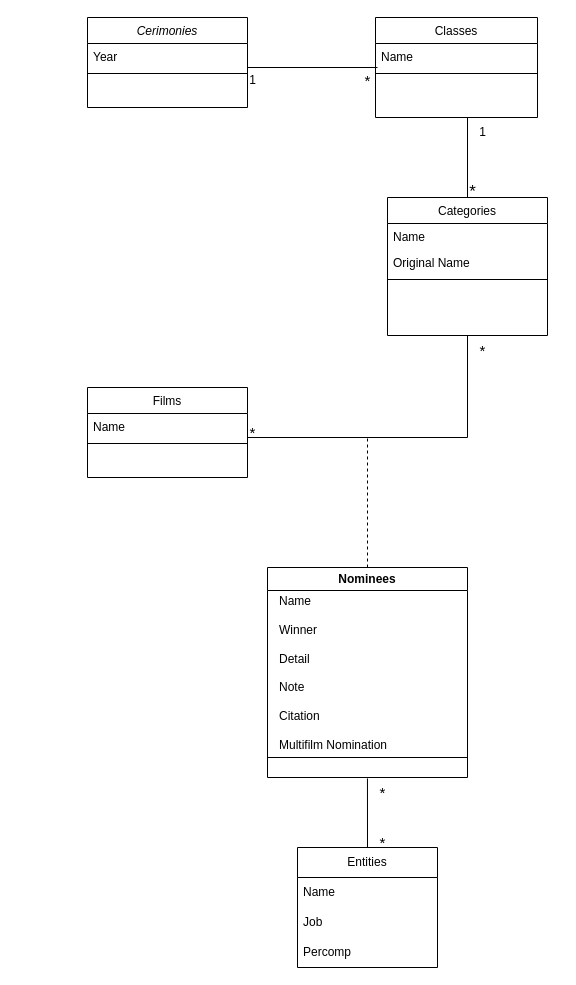
QuAleAcEna/PythonAppOscars keeps this draw.io diagram as uml.drawio. Above is the earlier version. Source tidied: cells renumbered, new cells numbered last; positions are measured from the earlier drawing's top-left corner, leaving out a move shared by most shapes. Both pictures are drawn from the tidied source at 100%, with x=0, y=0 at pixel (87, 17).
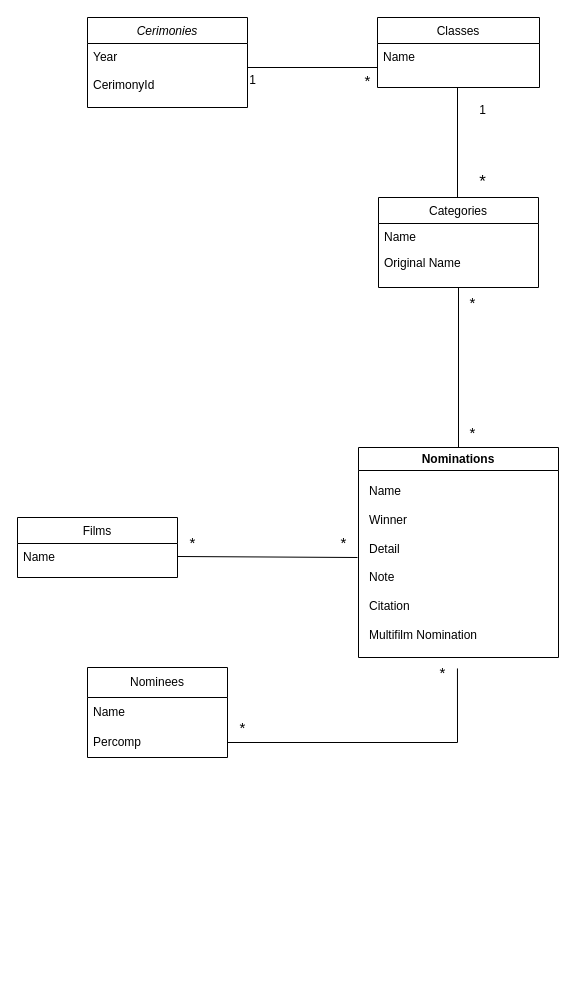
After the change.

The change refers to these unchanged cells:
```xml
<mxCell id="2" value="Cerimonies" style="swimlane;fontStyle=2;align=center;verticalAlign=top;horizontal=1;startSize=26;rounded=0;shadow=0;strokeWidth=1;" parent="1" vertex="1">
  <mxGeometry width="160" height="90" as="geometry" />
</mxCell>
<mxCell id="13" value="Name" style="text;align=left;verticalAlign=top;spacingLeft=4;spacingRight=4;overflow=hidden;points=[[0,0.5],[1,0.5]];portConstraint=eastwest;" parent="12" vertex="1">
  <mxGeometry y="26" width="160" height="26" as="geometry" />
</mxCell>
```

The edit, as a diff of the source:
```diff
@@
-    <mxCell id="3" value="Year" style="text;align=left;verticalAlign=top;spacingLeft=4;spacingRight=4;overflow=hidden;" parent="2" vertex="1">
-      <mxGeometry y="26" width="160" height="26" as="geometry" />
+    <mxCell id="3" value="Year&#10;&#10;CerimonyId" style="text;align=left;verticalAlign=top;spacingLeft=4;spacingRight=4;overflow=hidden;" parent="2" vertex="1">
+      <mxGeometry y="26" width="160" height="64" as="geometry" />
     </mxCell>
-    <mxCell id="4" style="line;html=1;strokeWidth=1;align=left;verticalAlign=middle;spacingTop=-1;spacingLeft=3;spacingRight=3;labelPosition=right;" parent="2" vertex="1">
-      <mxGeometry y="52" width="160" height="8" as="geometry" />
-    </mxCell>
     <mxCell id="5" value="Categories&#10;" style="swimlane;fontStyle=0;align=center;verticalAlign=top;horizontal=1;startSize=26;rounded=0;shadow=0;strokeWidth=1;" parent="1" vertex="1">
-      <mxGeometry x="300" y="180" width="160" height="138" as="geometry" />
+      <mxGeometry x="291" y="180" width="160" height="90" as="geometry" />
     </mxCell>
@@
-    <mxCell id="8" style="line;html=1;strokeWidth=1;align=left;verticalAlign=middle;spacingTop=-1;spacingLeft=3;spacingRight=3;labelPosition=right;" parent="5" vertex="1">
-      <mxGeometry y="78" width="160" height="8" as="geometry" />
-    </mxCell>
     <mxCell id="9" value="Classes" style="swimlane;fontStyle=0;align=center;verticalAlign=top;horizontal=1;startSize=26;rounded=0;shadow=0;strokeWidth=1;" parent="1" vertex="1">
-      <mxGeometry x="288" width="162" height="100" as="geometry" />
+      <mxGeometry x="290" width="162" height="70" as="geometry" />
     </mxCell>
@@
-    <mxCell id="11" style="line;html=1;strokeWidth=1;align=left;verticalAlign=middle;spacingTop=-1;spacingLeft=3;spacingRight=3;labelPosition=right;" parent="9" vertex="1">
-      <mxGeometry y="52" width="162" height="8" as="geometry" />
-    </mxCell>
     <mxCell id="12" value="Films" style="swimlane;fontStyle=0;align=center;verticalAlign=top;horizontal=1;startSize=26;rounded=0;shadow=0;strokeWidth=1;" parent="1" vertex="1">
-      <mxGeometry y="370" width="160" height="90" as="geometry" />
+      <mxGeometry x="-70" y="500" width="160" height="60" as="geometry" />
     </mxCell>
@@
-    <mxCell id="14" style="line;html=1;strokeWidth=1;align=left;verticalAlign=middle;spacingTop=-1;spacingLeft=3;spacingRight=3;labelPosition=right;" parent="12" vertex="1">
-      <mxGeometry y="52" width="160" height="8" as="geometry" />
-    </mxCell>
-    <mxCell id="15" style="endArrow=none;dashed=1;html=1;rounded=0;exitX=0.5;exitY=0;exitDx=0;exitDy=0;" parent="1" edge="1">
-      <mxGeometry relative="1" as="geometry">
-        <mxPoint x="280" y="550" as="sourcePoint" />
-        <mxPoint x="280" y="420" as="targetPoint" />
-      </mxGeometry>
-    </mxCell>
-    <mxCell id="16" value="Nominees" style="swimlane;whiteSpace=wrap;html=1;" parent="1" vertex="1">
-      <mxGeometry x="180" y="550" width="200" height="210" as="geometry" />
+    <mxCell id="16" value="Nominations" style="swimlane;whiteSpace=wrap;html=1;" parent="1" vertex="1">
+      <mxGeometry x="271" y="430" width="200" height="210" as="geometry" />
     </mxCell>
     <mxCell id="17" value="&lt;div&gt;Name&lt;/div&gt;&lt;div&gt;&lt;br&gt;&lt;/div&gt;&lt;div&gt;Winner&lt;/div&gt;&lt;div&gt;&lt;br&gt;&lt;/div&gt;&lt;div&gt;Detail&lt;/div&gt;&lt;div&gt;&lt;br&gt;&lt;/div&gt;&lt;div&gt;Note&lt;/div&gt;&lt;div&gt;&lt;br&gt;&lt;/div&gt;&lt;div&gt;Citation&lt;/div&gt;&lt;div&gt;&lt;br&gt;&lt;/div&gt;&lt;div&gt;Multifilm Nomination&lt;/div&gt;&lt;div&gt;&lt;br&gt;&lt;/div&gt;" style="text;html=1;align=left;verticalAlign=top;points=[];strokeColor=none;fillColor=none;" parent="16" vertex="1">
-      <mxGeometry x="10" y="20" width="130" height="190" as="geometry" />
+      <mxGeometry x="9" y="30" width="130" height="190" as="geometry" />
     </mxCell>
-    <mxCell id="18" style="endArrow=none;html=1;rounded=0;" parent="16" edge="1">
-      <mxGeometry relative="1" as="geometry">
-        <mxPoint y="190" as="sourcePoint" />
-        <mxPoint x="200" y="190" as="targetPoint" />
-      </mxGeometry>
-    </mxCell>
-    <mxCell id="19" value="Entities" style="swimlane;fontStyle=0;horizontal=1;startSize=30;whiteSpace=wrap;html=1;" parent="1" vertex="1">
-      <mxGeometry x="210" y="830" width="140" height="120" as="geometry" />
+    <mxCell id="19" value="Nominees" style="swimlane;fontStyle=0;horizontal=1;startSize=30;whiteSpace=wrap;html=1;" parent="1" vertex="1">
+      <mxGeometry y="650" width="140" height="90" as="geometry" />
     </mxCell>
@@
-    <mxCell id="21" value="Job" style="text;strokeColor=none;fillColor=none;align=left;verticalAlign=middle;spacingLeft=4;spacingRight=4;overflow=hidden;whiteSpace=wrap;html=1;" parent="19" vertex="1">
-      <mxGeometry y="60" width="140" height="30" as="geometry" />
-    </mxCell>
     <mxCell id="22" value="Percomp" style="text;strokeColor=none;fillColor=none;align=left;verticalAlign=middle;spacingLeft=4;spacingRight=4;overflow=hidden;whiteSpace=wrap;html=1;" parent="19" vertex="1">
-      <mxGeometry y="90" width="140" height="30" as="geometry" />
+      <mxGeometry y="60" width="140" height="30" as="geometry" />
     </mxCell>
     <mxCell id="23" style="endArrow=none;html=1;rounded=0;" parent="1" edge="1">
       <mxGeometry relative="1" as="geometry">
-        <mxPoint x="380" y="180" as="sourcePoint" />
-        <mxPoint x="380" y="100" as="targetPoint" />
+        <mxPoint x="370" y="180" as="sourcePoint" />
+        <mxPoint x="370" y="70" as="targetPoint" />
       </mxGeometry>
     </mxCell>
-    <mxCell id="24" style="endArrow=none;html=1;rounded=0;" parent="1" edge="1">
-      <mxGeometry relative="1" as="geometry">
-        <mxPoint x="160" y="420" as="sourcePoint" />
-        <mxPoint x="380" y="420" as="targetPoint" />
-      </mxGeometry>
-    </mxCell>
-    <mxCell id="25" style="endArrow=none;html=1;rounded=0;entryX=0.5;entryY=1;entryDx=0;entryDy=0;" parent="1" edge="1" target="5">
-      <mxGeometry relative="1" as="geometry">
-        <mxPoint x="380" y="420" as="sourcePoint" />
-      </mxGeometry>
-    </mxCell>
@@
     <mxCell id="28" value="1" style="text;html=1;align=center;verticalAlign=middle;strokeColor=none;fillColor=none;" parent="1" vertex="1">
-      <mxGeometry x="380" y="100" width="30" height="30" as="geometry" />
+      <mxGeometry x="380" y="78" width="30" height="30" as="geometry" />
     </mxCell>
     <mxCell id="29" value="&lt;font style=&quot;font-size: 17px;&quot;&gt;*&lt;/font&gt;" style="text;html=1;align=center;verticalAlign=middle;strokeColor=none;fillColor=none;" parent="1" vertex="1">
-      <mxGeometry x="370" y="160" width="30" height="30" as="geometry" />
+      <mxGeometry x="380" y="150" width="30" height="30" as="geometry" />
     </mxCell>
     <mxCell id="30" value="&lt;font style=&quot;font-size: 15px;&quot;&gt;*&lt;/font&gt;" style="text;html=1;align=center;verticalAlign=middle;points=[];strokeColor=none;fillColor=none;" parent="1" vertex="1">
-      <mxGeometry x="150" y="400" width="30" height="30" as="geometry" />
+      <mxGeometry x="241" y="510" width="30" height="30" as="geometry" />
     </mxCell>
-    <mxCell id="31" value="&lt;font style=&quot;font-size: 15px;&quot;&gt;*&lt;/font&gt;" style="text;html=1;align=center;verticalAlign=middle;strokeColor=none;fillColor=none;" parent="1" vertex="1">
-      <mxGeometry x="380" y="318" width="30" height="30" as="geometry" />
-    </mxCell>
@@
-    <mxCell id="33" style="endArrow=none;html=1;rounded=0;exitX=0.5;exitY=0;exitDx=0;exitDy=0;entryX=0.692;entryY=1.005;entryDx=0;entryDy=0;entryPerimeter=0;" parent="1" edge="1" source="19" target="17">
-      <mxGeometry relative="1" as="geometry" />
+    <mxCell id="33" style="endArrow=none;html=1;rounded=0;exitX=1;exitY=0.5;exitDx=0;exitDy=0;entryX=0.692;entryY=1.005;entryDx=0;entryDy=0;entryPerimeter=0;" parent="1" edge="1" target="17">
+      <mxGeometry relative="1" as="geometry">
+        <mxPoint x="140" y="725" as="sourcePoint" />
+        <Array as="points">
+          <mxPoint x="370" y="725" />
+        </Array>
+      </mxGeometry>
     </mxCell>
     <mxCell id="34" value="&lt;font style=&quot;font-size: 15px;&quot;&gt;*&lt;/font&gt;" style="text;html=1;align=center;verticalAlign=middle;strokeColor=none;fillColor=none;" parent="1" vertex="1">
-      <mxGeometry x="280" y="810" width="30" height="30" as="geometry" />
+      <mxGeometry x="90" y="510" width="30" height="30" as="geometry" />
     </mxCell>
     <mxCell id="35" value="&lt;font style=&quot;font-size: 15px;&quot;&gt;*&lt;/font&gt;" style="text;html=1;align=center;verticalAlign=middle;strokeColor=none;fillColor=none;" parent="1" vertex="1">
-      <mxGeometry x="280" y="760" width="30" height="30" as="geometry" />
+      <mxGeometry x="140" y="695" width="30" height="30" as="geometry" />
     </mxCell>
+    <mxCell id="36" value="&lt;font style=&quot;font-size: 15px;&quot;&gt;*&lt;/font&gt;" style="text;html=1;align=center;verticalAlign=middle;strokeColor=none;fillColor=none;" parent="1" vertex="1">
+      <mxGeometry x="370" y="270" width="30" height="30" as="geometry" />
+    </mxCell>
+    <mxCell id="37" style="endArrow=none;html=1;rounded=0;entryX=0.5;entryY=1;entryDx=0;entryDy=0;exitX=0.5;exitY=0;exitDx=0;exitDy=0;" parent="1" edge="1" source="16" target="5">
+      <mxGeometry relative="1" as="geometry" />
+    </mxCell>
+    <mxCell id="38" value="&lt;font style=&quot;font-size: 15px;&quot;&gt;*&lt;/font&gt;" style="text;html=1;align=center;verticalAlign=middle;strokeColor=none;fillColor=none;" parent="1" vertex="1">
+      <mxGeometry x="370" y="400" width="30" height="30" as="geometry" />
+    </mxCell>
+    <mxCell id="39" style="endArrow=none;html=1;rounded=0;entryX=0.967;entryY=1;entryDx=0;entryDy=0;exitX=1;exitY=0.5;exitDx=0;exitDy=0;entryPerimeter=0;" parent="1" edge="1" source="13" target="30">
+      <mxGeometry relative="1" as="geometry" />
+    </mxCell>
+    <mxCell id="40" value="&lt;font style=&quot;font-size: 15px;&quot;&gt;*&lt;/font&gt;" style="text;html=1;align=center;verticalAlign=middle;strokeColor=none;fillColor=none;" parent="1" vertex="1">
+      <mxGeometry x="340" y="640" width="30" height="30" as="geometry" />
+    </mxCell>
```
